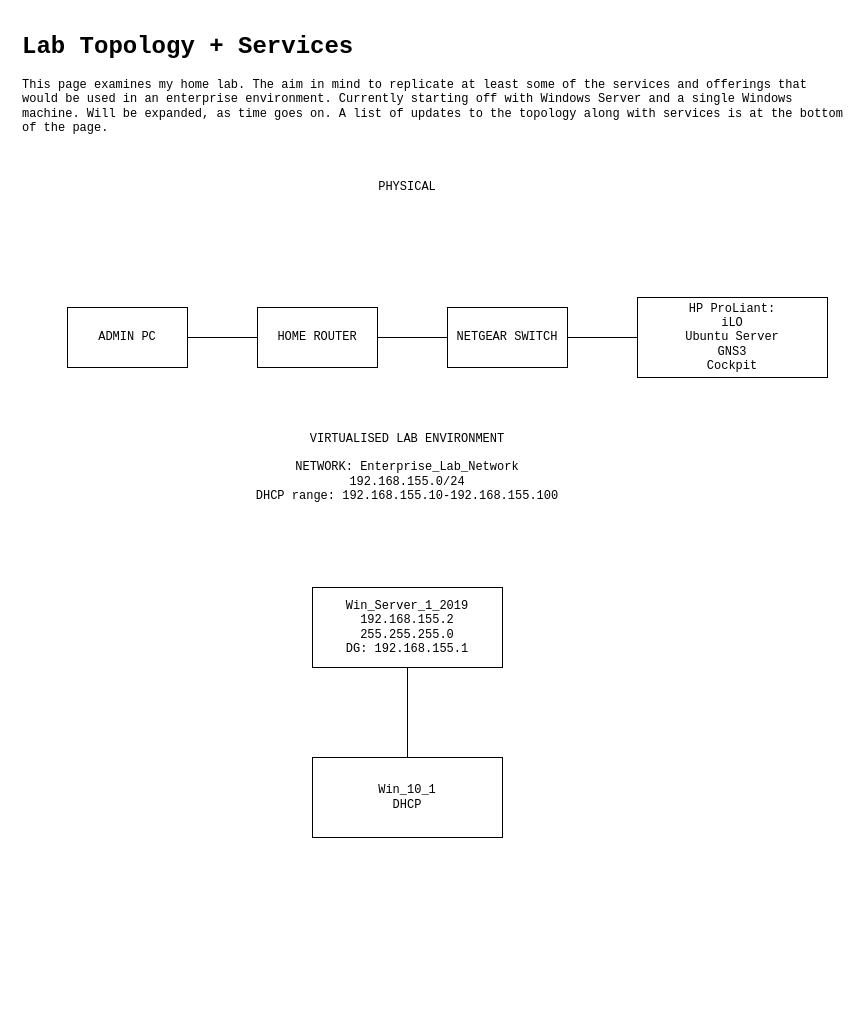
Before: Other/Assorted Exhibits/HomeLab.drawio in hmahmood2351/Home_Labs, a draw.io diagram. Source tidied: cells renumbered, new cells numbered last; positions are measured from the earlier drawing's top-left corner, leaving out a move shared by most shapes. Both pictures are drawn from the tidied source at 100%, with x=0, y=0 at pixel (17, 27).
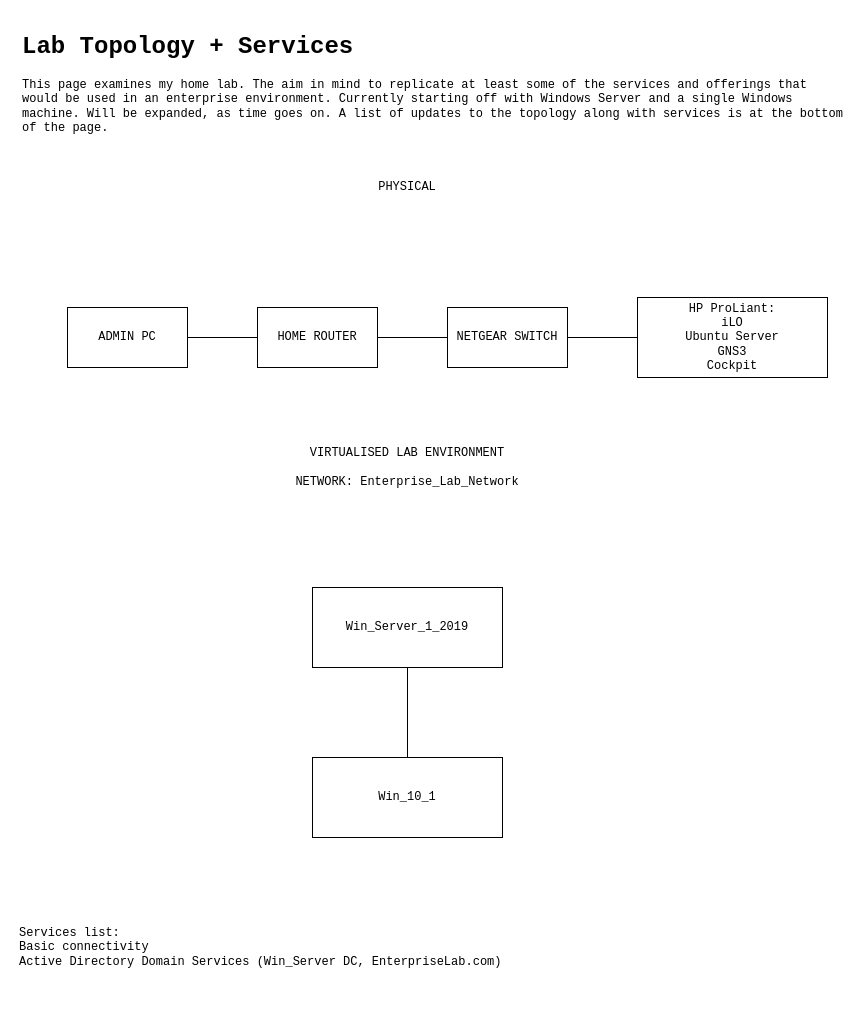
Above is the later version.

Diff of the diagram source:
```diff
@@
 <mxGraphModel>
   <root>
     <mxCell id="0" />
     <mxCell id="1" parent="0" />
     <mxCell id="2" value="&lt;h1&gt;Lab Topology + Services&amp;nbsp;&lt;/h1&gt;&lt;div&gt;This page examines my home lab. The aim in mind to replicate at least some of the services and offerings that would be used in an enterprise environment. Currently starting off with Windows Server and a single Windows machine. Will be expanded, as time goes on. A list of updates to the topology along with services is at the bottom of the page.&lt;/div&gt;&lt;div&gt;&lt;br&gt;&lt;/div&gt;&lt;div&gt;&lt;br&gt;&lt;/div&gt;" style="text;html=1;strokeColor=none;fillColor=none;spacing=5;spacingTop=-20;whiteSpace=wrap;overflow=hidden;rounded=0;fontFamily=Courier New;" parent="1" vertex="1">
       <mxGeometry width="830" height="120" as="geometry" />
     </mxCell>
     <mxCell id="3" value="NETGEAR SWITCH" style="rounded=0;whiteSpace=wrap;html=1;fontFamily=Courier New;" parent="1" vertex="1">
       <mxGeometry x="430" y="280" width="120" height="60" as="geometry" />
     </mxCell>
     <mxCell id="4" value="ADMIN PC" style="rounded=0;whiteSpace=wrap;html=1;fontFamily=Courier New;" parent="1" vertex="1">
       <mxGeometry x="50" y="280" width="120" height="60" as="geometry" />
     </mxCell>
     <mxCell id="5" value="PHYSICAL" style="text;html=1;strokeColor=none;fillColor=none;align=center;verticalAlign=middle;whiteSpace=wrap;rounded=0;fontFamily=Courier New;" parent="1" vertex="1">
       <mxGeometry x="370" y="150" width="40" height="20" as="geometry" />
     </mxCell>
     <mxCell id="6" value="HP ProLiant:&lt;br&gt;iLO&lt;br&gt;Ubuntu Server&lt;br&gt;GNS3&lt;br&gt;Cockpit" style="rounded=0;whiteSpace=wrap;html=1;fontFamily=Courier New;" parent="1" vertex="1">
       <mxGeometry x="620" y="270" width="190" height="80" as="geometry" />
     </mxCell>
     <mxCell id="7" value="HOME ROUTER" style="rounded=0;whiteSpace=wrap;html=1;fontFamily=Courier New;" parent="1" vertex="1">
       <mxGeometry x="240" y="280" width="120" height="60" as="geometry" />
     </mxCell>
     <mxCell id="8" style="endArrow=none;html=1;fontFamily=Courier New;entryX=0;entryY=0.5;entryDx=0;entryDy=0;exitX=1;exitY=0.5;exitDx=0;exitDy=0;" parent="1" edge="1" source="4" target="7">
       <mxGeometry relative="1" as="geometry" />
     </mxCell>
     <mxCell id="9" style="endArrow=none;html=1;fontFamily=Courier New;entryX=0;entryY=0.5;entryDx=0;entryDy=0;exitX=1;exitY=0.5;exitDx=0;exitDy=0;" parent="1" edge="1" source="7" target="3">
       <mxGeometry relative="1" as="geometry" />
     </mxCell>
     <mxCell id="10" style="endArrow=none;html=1;fontFamily=Courier New;entryX=0;entryY=0.5;entryDx=0;entryDy=0;exitX=1;exitY=0.5;exitDx=0;exitDy=0;" parent="1" edge="1" source="3" target="6">
       <mxGeometry relative="1" as="geometry" />
     </mxCell>
-    <mxCell id="11" value="VIRTUALISED LAB ENVIRONMENT&lt;br&gt;&lt;br&gt;NETWORK:&amp;nbsp;Enterprise_Lab_Network&lt;br&gt;192.168.155.0/24&lt;br&gt;DHCP range: 192.168.155.10-192.168.155.100" style="text;html=1;strokeColor=none;fillColor=none;align=center;verticalAlign=middle;whiteSpace=wrap;rounded=0;fontFamily=Courier New;" parent="1" vertex="1">
-      <mxGeometry x="185" y="430" width="410" height="20" as="geometry" />
+    <mxCell id="11" value="VIRTUALISED LAB ENVIRONMENT&lt;br&gt;&lt;br&gt;NETWORK:&amp;nbsp;Enterprise_Lab_Network&lt;br&gt;" style="text;html=1;strokeColor=none;fillColor=none;align=center;verticalAlign=middle;whiteSpace=wrap;rounded=0;fontFamily=Courier New;" parent="1" vertex="1">
+      <mxGeometry x="185" y="380" width="410" height="120" as="geometry" />
     </mxCell>
-    <mxCell id="12" value="Win_Server_1_2019&lt;br&gt;192.168.155.2&lt;br&gt;255.255.255.0&lt;br&gt;DG: 192.168.155.1" style="rounded=0;whiteSpace=wrap;html=1;fontFamily=Courier New;" parent="1" vertex="1">
+    <mxCell id="12" value="Win_Server_1_2019" style="rounded=0;whiteSpace=wrap;html=1;fontFamily=Courier New;" parent="1" vertex="1">
       <mxGeometry x="295" y="560" width="190" height="80" as="geometry" />
     </mxCell>
-    <mxCell id="13" value="Win_10_1&lt;br&gt;DHCP" style="rounded=0;whiteSpace=wrap;html=1;fontFamily=Courier New;" parent="1" vertex="1">
+    <mxCell id="13" value="Win_10_1&lt;br&gt;" style="rounded=0;whiteSpace=wrap;html=1;fontFamily=Courier New;" parent="1" vertex="1">
       <mxGeometry x="295" y="730" width="190" height="80" as="geometry" />
     </mxCell>
     <mxCell id="14" style="endArrow=none;html=1;fontFamily=Courier New;entryX=0.5;entryY=1;entryDx=0;entryDy=0;exitX=0.5;exitY=0;exitDx=0;exitDy=0;" parent="1" edge="1" source="13" target="12">
       <mxGeometry relative="1" as="geometry" />
     </mxCell>
+    <mxCell id="15" value="Services list:&lt;br&gt;Basic connectivity&amp;nbsp;&lt;br&gt;Active Directory Domain Services (Win_Server DC, EnterpriseLab.com)" style="text;html=1;strokeColor=none;fillColor=none;align=left;verticalAlign=middle;whiteSpace=wrap;rounded=0;fontFamily=Courier New;" parent="1" vertex="1">
+      <mxGeometry y="860" width="595" height="120" as="geometry" />
+    </mxCell>
   </root>
 </mxGraphModel>
```
